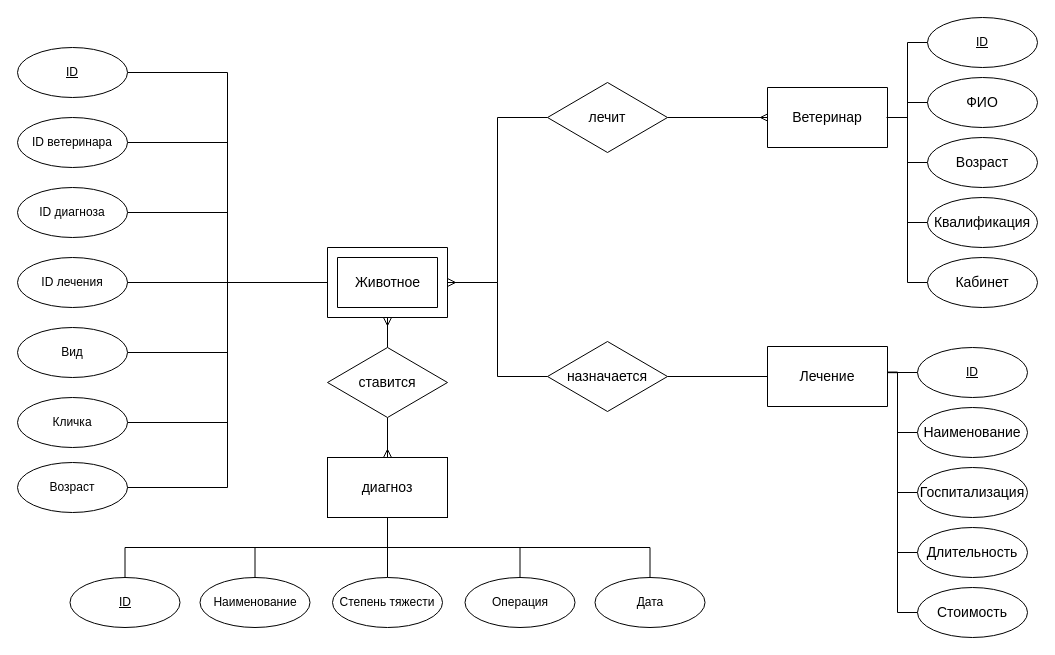
Before: page "Страница 1" (1 of 4) of lab_01/ER-model.drawio in DeadlyHunter38/bmstu_sem_5_db, a draw.io diagram. Source tidied: cells renumbered, new cells numbered last; positions are measured from the earlier drawing's top-left corner, leaving out a move shared by most shapes. Both pictures are drawn from the tidied source at 100%, with x=0, y=0 at pixel (17, 17).
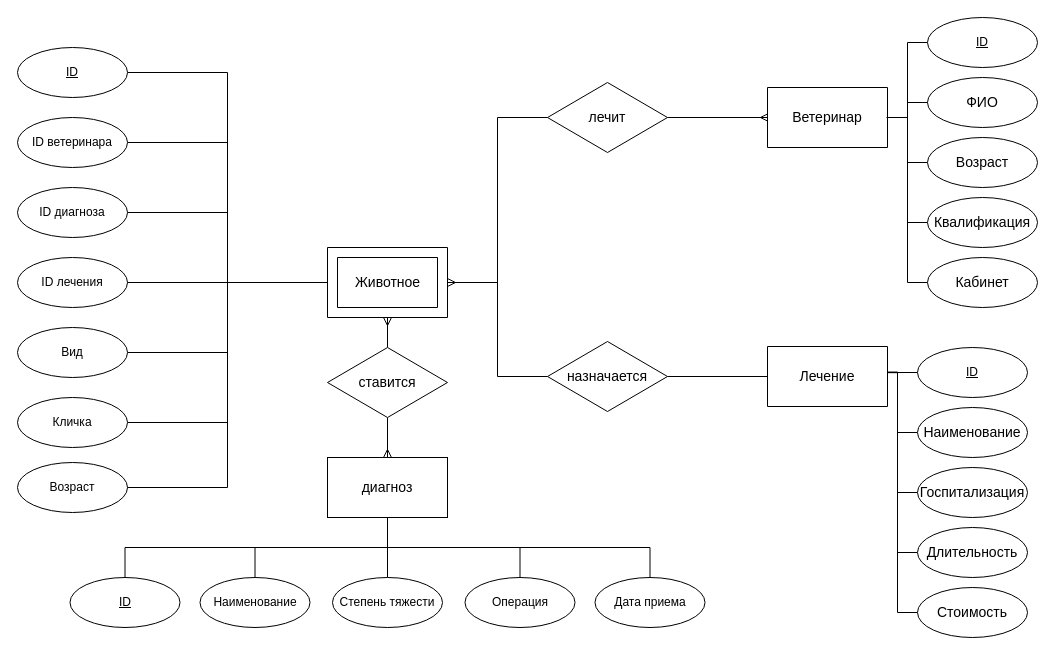
The same page after the edit.

Change to the diagram source:
```diff
@@
-    <mxCell id="64" value="Дата" style="ellipse;whiteSpace=wrap;html=1;" parent="1" vertex="1">
+    <mxCell id="64" value="Дата приема" style="ellipse;whiteSpace=wrap;html=1;" parent="1" vertex="1">
       <mxGeometry x="577.5" y="560" width="110" height="50" as="geometry" />
     </mxCell>
```
